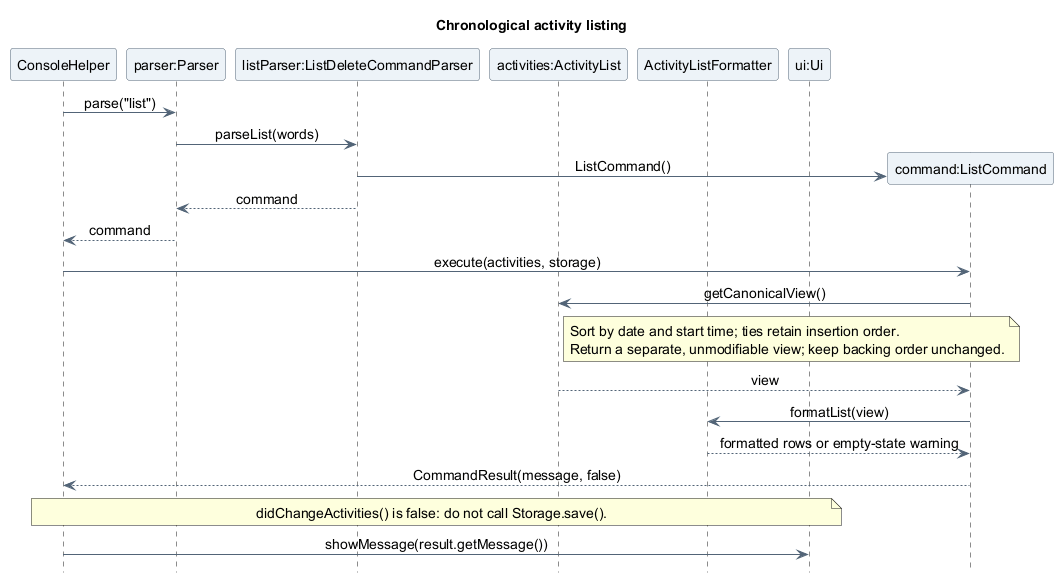
Above: docs/images/asyraf/sequence/ListActivitySequence.png in AY2627S1-CS2113-T10-4/tp (PlantUML), before the change.
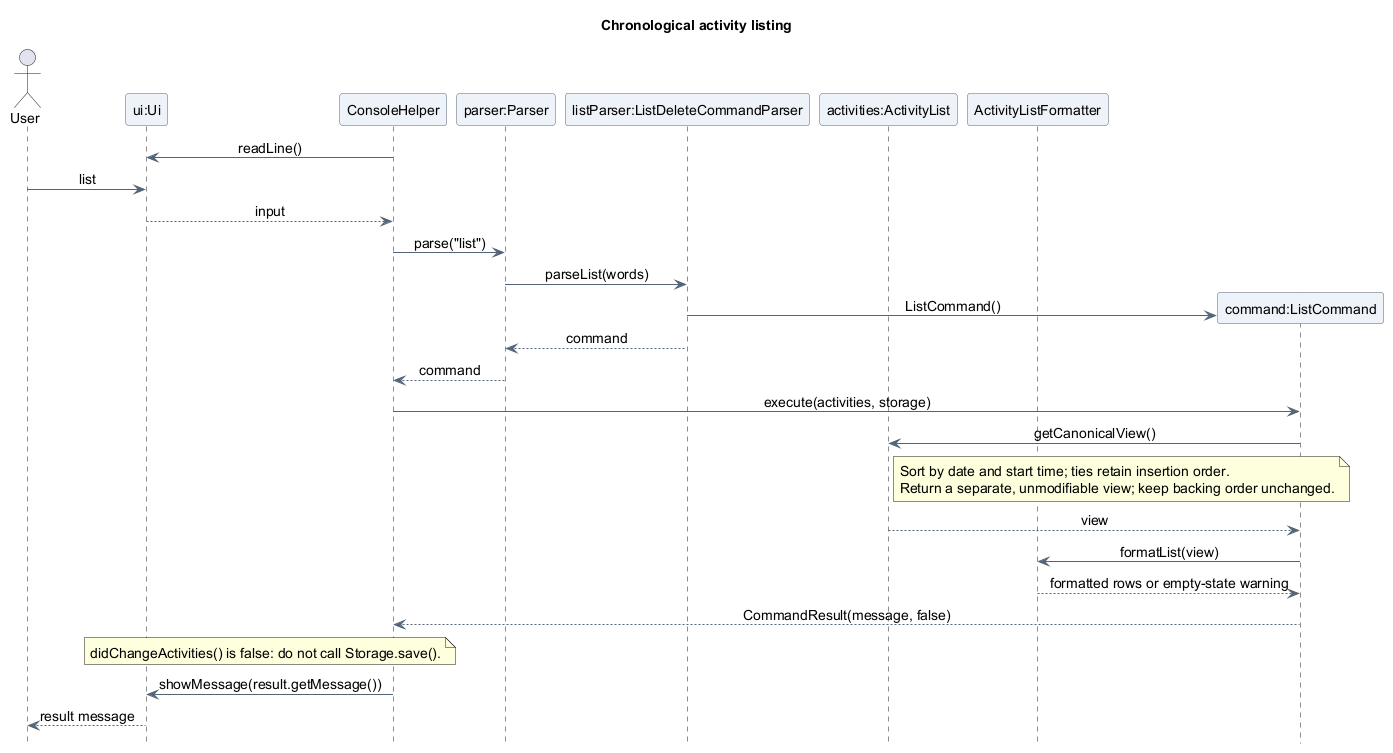
The same diagram one commit later.

Diff of the diagram source:
```diff
@@ -10,12 +10,17 @@
 skinparam sequenceMessageAlign center
 hide footbox
 
+actor "User" as User
+participant "ui:Ui" as UI
 participant "ConsoleHelper" as Console
 participant "parser:Parser" as Parser
 participant "listParser:ListDeleteCommandParser" as ListParser
 participant "activities:ActivityList" as Activities
 participant "ActivityListFormatter" as Formatter
-participant "ui:Ui" as UI
+
+Console -> UI : readLine()
+User -> UI : list
+UI --> Console : input
 
 Console -> Parser : parse("list")
 Parser -> ListParser : parseList(words)
@@ -37,4 +42,5 @@
   didChangeActivities() is false: do not call Storage.save().
 end note
 Console -> UI : showMessage(result.getMessage())
+UI --> User : result message
 @enduml
```
